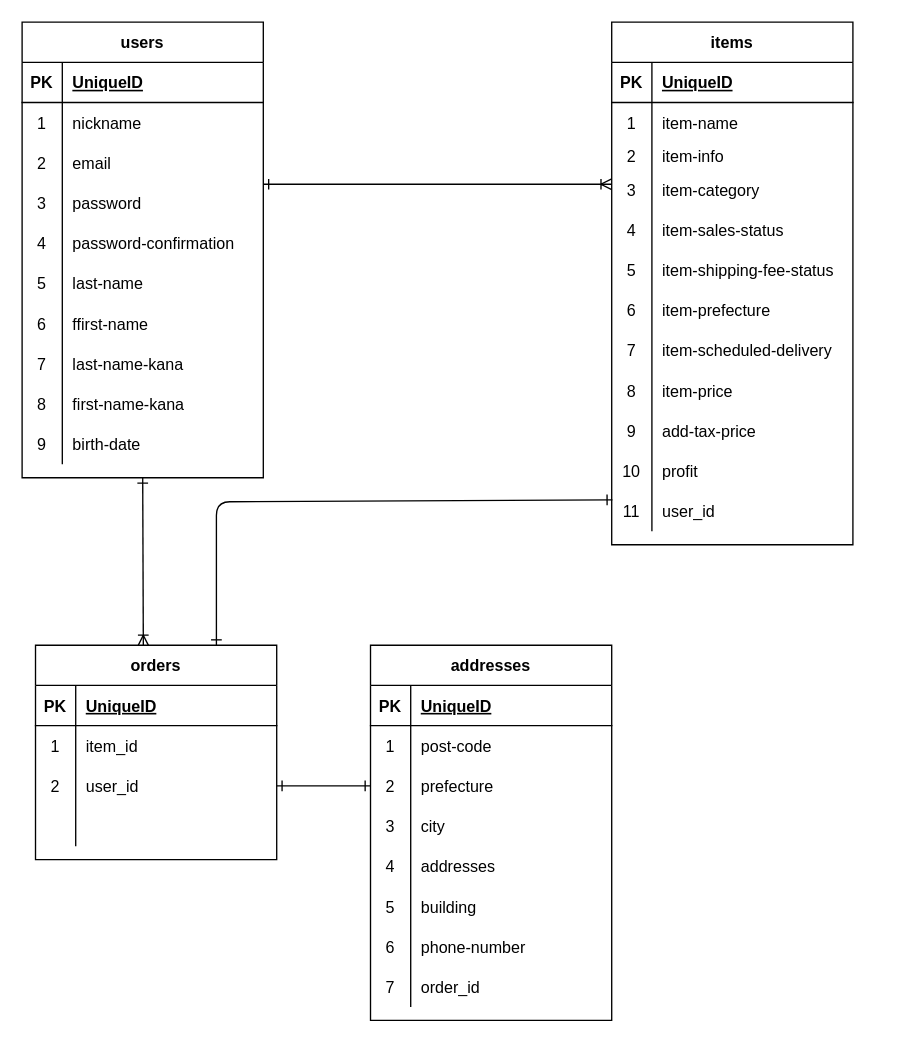
john-tarou/furima-37848 keeps this draw.io diagram as furima.dio. Above is the earlier version. Source tidied: cells renumbered, new cells numbered last; positions are measured from the earlier drawing's top-left corner, leaving out a move shared by most shapes. Both pictures are drawn from the tidied source at 134%, with x=0, y=0 at pixel (21, 21).
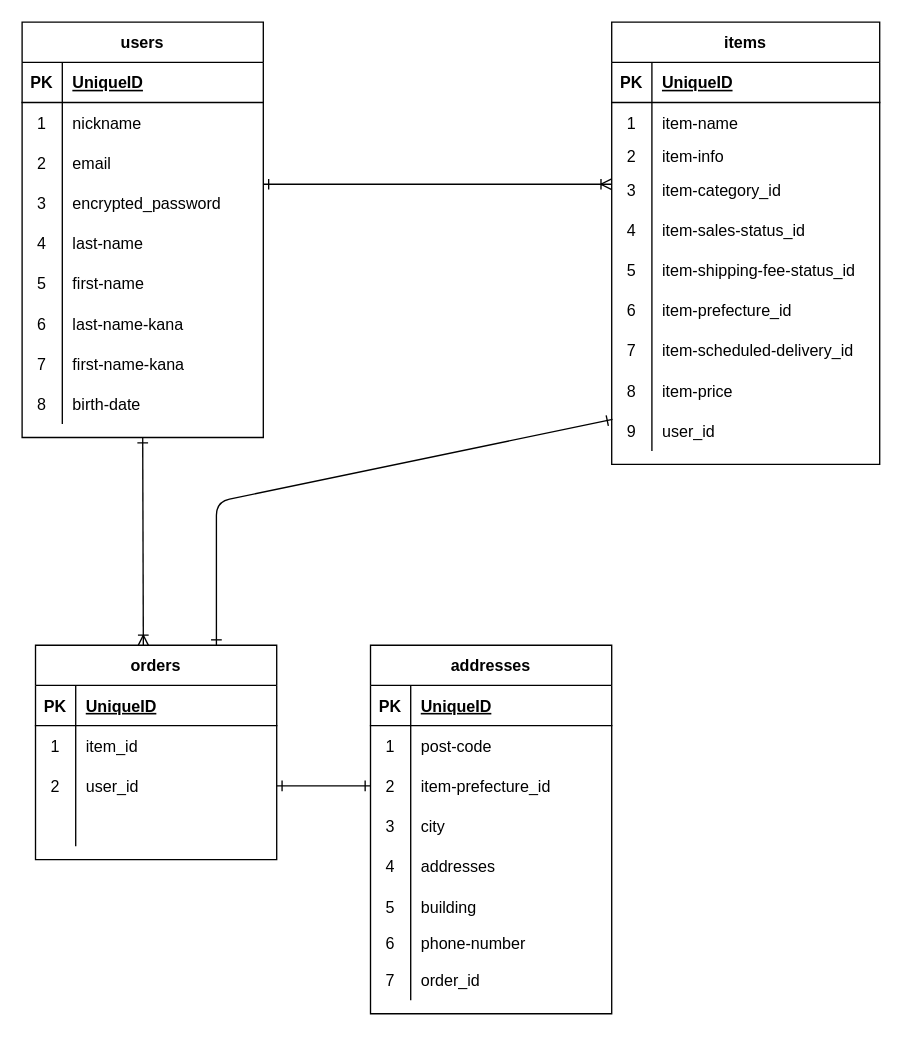
The same diagram, later.

Commit message (it also covers changes not shown here):
データベース設計修正

The change refers to these unchanged cells:
```xml
<mxCell id="13" style="shape=partialRectangle;fillColor=none;top=0;left=0;bottom=0;right=0;" parent="3" vertex="1">
  <mxGeometry y="120" width="180" height="30" as="geometry" />
</mxCell>
<mxCell id="16" style="shape=partialRectangle;fillColor=none;top=0;left=0;bottom=0;right=0;" parent="3" vertex="1">
  <mxGeometry y="150" width="180" height="30" as="geometry" />
</mxCell>
<mxCell id="19" style="shape=partialRectangle;fillColor=none;top=0;left=0;bottom=0;right=0;" parent="3" vertex="1">
  <mxGeometry y="180" width="180" height="30" as="geometry" />
</mxCell>
<mxCell id="22" style="shape=partialRectangle;fillColor=none;top=0;left=0;bottom=0;right=0;" parent="3" vertex="1">
  <mxGeometry y="210" width="180" height="30" as="geometry" />
</mxCell>
<mxCell id="25" style="shape=partialRectangle;fillColor=none;top=0;left=0;bottom=0;right=0;" parent="3" vertex="1">
  <mxGeometry y="240" width="180" height="30" as="geometry" />
</mxCell>
<mxCell id="28" style="shape=partialRectangle;fillColor=none;top=0;left=0;bottom=0;right=0;" parent="3" vertex="1">
  <mxGeometry y="270" width="180" height="30" as="geometry" />
</mxCell>
<mxCell id="93" style="shape=partialRectangle;fillColor=none;top=0;left=0;bottom=0;right=0;points=[[0,0.5],[1,0.5]];portConstraint=eastwest;" parent="86" vertex="1">
  <mxGeometry y="90" width="180" height="30" as="geometry" />
</mxCell>
```

The edit, as a diff of the source:
```diff
@@
     <mxCell id="3" value="users" style="shape=table;startSize=30;childLayout=tableLayout;rowLines=0;fontStyle=1;align=center;" parent="1" vertex="1">
-      <mxGeometry width="180" height="340" as="geometry" />
+      <mxGeometry width="180" height="310" as="geometry" />
     </mxCell>
@@
-    <mxCell id="15" value="password" style="shape=partialRectangle;fillColor=none;top=0;left=0;bottom=0;right=0;align=left;spacingLeft=6;overflow=hidden;" parent="13" vertex="1">
+    <mxCell id="15" value="encrypted_password " style="shape=partialRectangle;fillColor=none;top=0;left=0;bottom=0;right=0;align=left;spacingLeft=6;overflow=hidden;" parent="13" vertex="1">
       <mxGeometry x="30" width="150" height="30" as="geometry" />
     </mxCell>
@@
-    <mxCell id="18" value="password-confirmation" style="shape=partialRectangle;fillColor=none;top=0;left=0;bottom=0;right=0;align=left;spacingLeft=6;overflow=hidden;" parent="16" vertex="1">
+    <mxCell id="18" value="last-name" style="shape=partialRectangle;fillColor=none;top=0;left=0;bottom=0;right=0;align=left;spacingLeft=6;overflow=hidden;" parent="16" vertex="1">
       <mxGeometry x="30" width="150" height="30" as="geometry" />
     </mxCell>
@@
-    <mxCell id="21" value="last-name" style="shape=partialRectangle;fillColor=none;top=0;left=0;bottom=0;right=0;align=left;spacingLeft=6;overflow=hidden;" parent="19" vertex="1">
+    <mxCell id="21" value="first-name" style="shape=partialRectangle;fillColor=none;top=0;left=0;bottom=0;right=0;align=left;spacingLeft=6;overflow=hidden;" parent="19" vertex="1">
       <mxGeometry x="30" width="150" height="30" as="geometry" />
     </mxCell>
@@
-    <mxCell id="24" value="ffirst-name" style="shape=partialRectangle;fillColor=none;top=0;left=0;bottom=0;right=0;align=left;spacingLeft=6;overflow=hidden;" parent="22" vertex="1">
+    <mxCell id="24" value="last-name-kana" style="shape=partialRectangle;fillColor=none;top=0;left=0;bottom=0;right=0;align=left;spacingLeft=6;overflow=hidden;" parent="22" vertex="1">
       <mxGeometry x="30" width="150" height="30" as="geometry" />
     </mxCell>
@@
-    <mxCell id="27" value="last-name-kana" style="shape=partialRectangle;fillColor=none;top=0;left=0;bottom=0;right=0;align=left;spacingLeft=6;overflow=hidden;" parent="25" vertex="1">
+    <mxCell id="27" value="first-name-kana" style="shape=partialRectangle;fillColor=none;top=0;left=0;bottom=0;right=0;align=left;spacingLeft=6;overflow=hidden;" parent="25" vertex="1">
       <mxGeometry x="30" width="150" height="30" as="geometry" />
     </mxCell>
@@
-    <mxCell id="30" value="first-name-kana" style="shape=partialRectangle;fillColor=none;top=0;left=0;bottom=0;right=0;align=left;spacingLeft=6;overflow=hidden;" parent="28" vertex="1">
+    <mxCell id="30" value="birth-date" style="shape=partialRectangle;fillColor=none;top=0;left=0;bottom=0;right=0;align=left;spacingLeft=6;overflow=hidden;" parent="28" vertex="1">
       <mxGeometry x="30" width="150" height="30" as="geometry" />
     </mxCell>
-    <mxCell id="31" style="shape=partialRectangle;fillColor=none;top=0;left=0;bottom=0;right=0;" parent="3" vertex="1">
-      <mxGeometry y="300" width="180" height="30" as="geometry" />
-    </mxCell>
-    <mxCell id="32" value="9" style="shape=partialRectangle;fillColor=none;top=0;left=0;bottom=0;right=0;overflow=hidden;" parent="31" vertex="1">
-      <mxGeometry width="30" height="30" as="geometry" />
-    </mxCell>
-    <mxCell id="33" value="birth-date" style="shape=partialRectangle;fillColor=none;top=0;left=0;bottom=0;right=0;align=left;spacingLeft=6;overflow=hidden;" parent="31" vertex="1">
-      <mxGeometry x="30" width="150" height="30" as="geometry" />
-    </mxCell>
     <mxCell id="34" value="items" style="shape=table;startSize=30;childLayout=tableLayout;rowLines=0;fontStyle=1;align=center;" parent="1" vertex="1">
-      <mxGeometry x="440" width="180" height="390" as="geometry" />
+      <mxGeometry x="440" width="200" height="330" as="geometry" />
     </mxCell>
     <mxCell id="35" style="shape=partialRectangle;fillColor=none;top=0;left=0;bottom=1;right=0;" parent="34" vertex="1">
-      <mxGeometry y="30" width="180" height="30" as="geometry" />
+      <mxGeometry y="30" width="200" height="30" as="geometry" />
     </mxCell>
@@
     <mxCell id="37" value="UniqueID" style="shape=partialRectangle;fillColor=none;top=0;left=0;bottom=0;right=0;align=left;spacingLeft=6;fontStyle=5;overflow=hidden;" parent="35" vertex="1">
-      <mxGeometry x="30" width="150" height="30" as="geometry" />
+      <mxGeometry x="30" width="170" height="30" as="geometry" />
     </mxCell>
     <mxCell id="38" style="shape=partialRectangle;fillColor=none;top=0;left=0;bottom=0;right=0;" parent="34" vertex="1">
-      <mxGeometry y="60" width="180" height="30" as="geometry" />
+      <mxGeometry y="60" width="200" height="30" as="geometry" />
     </mxCell>
@@
     <mxCell id="40" value="item-name" style="shape=partialRectangle;fillColor=none;top=0;left=0;bottom=0;right=0;align=left;spacingLeft=6;overflow=hidden;" parent="38" vertex="1">
-      <mxGeometry x="30" width="150" height="30" as="geometry" />
+      <mxGeometry x="30" width="170" height="30" as="geometry" />
     </mxCell>
     <mxCell id="41" style="shape=partialRectangle;fillColor=none;top=0;left=0;bottom=0;right=0;" parent="34" vertex="1">
-      <mxGeometry y="90" width="180" height="20" as="geometry" />
+      <mxGeometry y="90" width="200" height="20" as="geometry" />
     </mxCell>
@@
     <mxCell id="43" value="item-info" style="shape=partialRectangle;fillColor=none;top=0;left=0;bottom=0;right=0;align=left;spacingLeft=6;overflow=hidden;" parent="41" vertex="1">
-      <mxGeometry x="30" width="150" height="20" as="geometry" />
+      <mxGeometry x="30" width="170" height="20" as="geometry" />
     </mxCell>
     <mxCell id="44" style="shape=partialRectangle;fillColor=none;top=0;left=0;bottom=0;right=0;" parent="34" vertex="1">
-      <mxGeometry y="110" width="180" height="30" as="geometry" />
+      <mxGeometry y="110" width="200" height="30" as="geometry" />
     </mxCell>
@@
-    <mxCell id="46" value="item-category" style="shape=partialRectangle;fillColor=none;top=0;left=0;bottom=0;right=0;align=left;spacingLeft=6;overflow=hidden;" parent="44" vertex="1">
-      <mxGeometry x="30" width="150" height="30" as="geometry" />
+    <mxCell id="46" value="item-category_id" style="shape=partialRectangle;fillColor=none;top=0;left=0;bottom=0;right=0;align=left;spacingLeft=6;overflow=hidden;" parent="44" vertex="1">
+      <mxGeometry x="30" width="170" height="30" as="geometry" />
     </mxCell>
     <mxCell id="47" style="shape=partialRectangle;fillColor=none;top=0;left=0;bottom=0;right=0;" parent="34" vertex="1">
-      <mxGeometry y="140" width="180" height="30" as="geometry" />
+      <mxGeometry y="140" width="200" height="30" as="geometry" />
     </mxCell>
@@
-    <mxCell id="49" value="item-sales-status" style="shape=partialRectangle;fillColor=none;top=0;left=0;bottom=0;right=0;align=left;spacingLeft=6;overflow=hidden;" parent="47" vertex="1">
-      <mxGeometry x="30" width="150" height="30" as="geometry" />
+    <mxCell id="49" value="item-sales-status_id" style="shape=partialRectangle;fillColor=none;top=0;left=0;bottom=0;right=0;align=left;spacingLeft=6;overflow=hidden;" parent="47" vertex="1">
+      <mxGeometry x="30" width="170" height="30" as="geometry" />
     </mxCell>
     <mxCell id="50" style="shape=partialRectangle;fillColor=none;top=0;left=0;bottom=0;right=0;" parent="34" vertex="1">
-      <mxGeometry y="170" width="180" height="30" as="geometry" />
+      <mxGeometry y="170" width="200" height="30" as="geometry" />
     </mxCell>
@@
-    <mxCell id="52" value="item-shipping-fee-status" style="shape=partialRectangle;fillColor=none;top=0;left=0;bottom=0;right=0;align=left;spacingLeft=6;overflow=hidden;" parent="50" vertex="1">
-      <mxGeometry x="30" width="150" height="30" as="geometry" />
+    <mxCell id="52" value="item-shipping-fee-status_id" style="shape=partialRectangle;fillColor=none;top=0;left=0;bottom=0;right=0;align=left;spacingLeft=6;overflow=hidden;" parent="50" vertex="1">
+      <mxGeometry x="30" width="170" height="30" as="geometry" />
     </mxCell>
     <mxCell id="53" style="shape=partialRectangle;fillColor=none;top=0;left=0;bottom=0;right=0;" parent="34" vertex="1">
-      <mxGeometry y="200" width="180" height="30" as="geometry" />
+      <mxGeometry y="200" width="200" height="30" as="geometry" />
     </mxCell>
@@
-    <mxCell id="55" value="item-prefecture" style="shape=partialRectangle;fillColor=none;top=0;left=0;bottom=0;right=0;align=left;spacingLeft=6;overflow=hidden;" parent="53" vertex="1">
-      <mxGeometry x="30" width="150" height="30" as="geometry" />
+    <mxCell id="55" value="item-prefecture_id" style="shape=partialRectangle;fillColor=none;top=0;left=0;bottom=0;right=0;align=left;spacingLeft=6;overflow=hidden;" parent="53" vertex="1">
+      <mxGeometry x="30" width="170" height="30" as="geometry" />
     </mxCell>
     <mxCell id="56" style="shape=partialRectangle;fillColor=none;top=0;left=0;bottom=0;right=0;" parent="34" vertex="1">
-      <mxGeometry y="230" width="180" height="30" as="geometry" />
+      <mxGeometry y="230" width="200" height="30" as="geometry" />
     </mxCell>
@@
-    <mxCell id="58" value="item-scheduled-delivery" style="shape=partialRectangle;fillColor=none;top=0;left=0;bottom=0;right=0;align=left;spacingLeft=6;overflow=hidden;" parent="56" vertex="1">
-      <mxGeometry x="30" width="150" height="30" as="geometry" />
+    <mxCell id="58" value="item-scheduled-delivery_id" style="shape=partialRectangle;fillColor=none;top=0;left=0;bottom=0;right=0;align=left;spacingLeft=6;overflow=hidden;" parent="56" vertex="1">
+      <mxGeometry x="30" width="170" height="30" as="geometry" />
     </mxCell>
     <mxCell id="59" style="shape=partialRectangle;fillColor=none;top=0;left=0;bottom=0;right=0;" parent="34" vertex="1">
-      <mxGeometry y="260" width="180" height="30" as="geometry" />
+      <mxGeometry y="260" width="200" height="30" as="geometry" />
     </mxCell>
@@
     <mxCell id="61" value="item-price" style="shape=partialRectangle;fillColor=none;top=0;left=0;bottom=0;right=0;align=left;spacingLeft=6;overflow=hidden;" parent="59" vertex="1">
-      <mxGeometry x="30" width="150" height="30" as="geometry" />
+      <mxGeometry x="30" width="170" height="30" as="geometry" />
     </mxCell>
-    <mxCell id="62" style="shape=partialRectangle;fillColor=none;top=0;left=0;bottom=0;right=0;" parent="34" vertex="1">
-      <mxGeometry y="290" width="180" height="30" as="geometry" />
-    </mxCell>
-    <mxCell id="63" value="9" style="shape=partialRectangle;fillColor=none;top=0;left=0;bottom=0;right=0;overflow=hidden;" parent="62" vertex="1">
-      <mxGeometry width="30" height="30" as="geometry" />
-    </mxCell>
-    <mxCell id="64" value="add-tax-price" style="shape=partialRectangle;fillColor=none;top=0;left=0;bottom=0;right=0;align=left;spacingLeft=6;overflow=hidden;" parent="62" vertex="1">
-      <mxGeometry x="30" width="150" height="30" as="geometry" />
-    </mxCell>
-    <mxCell id="65" style="shape=partialRectangle;fillColor=none;top=0;left=0;bottom=0;right=0;" parent="34" vertex="1">
-      <mxGeometry y="320" width="180" height="30" as="geometry" />
-    </mxCell>
-    <mxCell id="66" value="10" style="shape=partialRectangle;fillColor=none;top=0;left=0;bottom=0;right=0;overflow=hidden;" parent="65" vertex="1">
-      <mxGeometry width="30" height="30" as="geometry" />
-    </mxCell>
-    <mxCell id="67" value="profit" style="shape=partialRectangle;fillColor=none;top=0;left=0;bottom=0;right=0;align=left;spacingLeft=6;overflow=hidden;" parent="65" vertex="1">
-      <mxGeometry x="30" width="150" height="30" as="geometry" />
-    </mxCell>
     <mxCell id="68" style="shape=partialRectangle;fillColor=none;top=0;left=0;bottom=0;right=0;points=[[0,0.5],[1,0.5]];portConstraint=eastwest;" parent="34" vertex="1">
-      <mxGeometry y="350" width="180" height="30" as="geometry" />
+      <mxGeometry y="290" width="200" height="30" as="geometry" />
     </mxCell>
-    <mxCell id="69" value="11" style="shape=partialRectangle;fillColor=none;top=0;left=0;bottom=0;right=0;overflow=hidden;" parent="68" vertex="1">
+    <mxCell id="69" value="9" style="shape=partialRectangle;fillColor=none;top=0;left=0;bottom=0;right=0;overflow=hidden;" parent="68" vertex="1">
       <mxGeometry width="30" height="30" as="geometry" />
     </mxCell>
     <mxCell id="70" value="user_id" style="shape=partialRectangle;fillColor=none;top=0;left=0;bottom=0;right=0;align=left;spacingLeft=6;overflow=hidden;" parent="68" vertex="1">
-      <mxGeometry x="30" width="150" height="30" as="geometry" />
+      <mxGeometry x="30" width="170" height="30" as="geometry" />
     </mxCell>
@@
     <mxCell id="86" value="addresses" style="shape=table;startSize=30;childLayout=tableLayout;rowLines=0;fontStyle=1;align=center;" parent="1" vertex="1">
-      <mxGeometry x="260" y="465" width="180" height="280" as="geometry" />
+      <mxGeometry x="260" y="465" width="180" height="275" as="geometry" />
     </mxCell>
@@
-    <mxCell id="95" value="prefecture" style="shape=partialRectangle;fillColor=none;top=0;left=0;bottom=0;right=0;align=left;spacingLeft=6;overflow=hidden;" parent="93" vertex="1">
+    <mxCell id="95" value="item-prefecture_id" style="shape=partialRectangle;fillColor=none;top=0;left=0;bottom=0;right=0;align=left;spacingLeft=6;overflow=hidden;" parent="93" vertex="1">
       <mxGeometry x="30" width="150" height="30" as="geometry" />
     </mxCell>
@@
     <mxCell id="105" style="shape=partialRectangle;fillColor=none;top=0;left=0;bottom=0;right=0;" parent="86" vertex="1">
-      <mxGeometry y="210" width="180" height="30" as="geometry" />
+      <mxGeometry y="210" width="180" height="25" as="geometry" />
     </mxCell>
     <mxCell id="106" value="6" style="shape=partialRectangle;fillColor=none;top=0;left=0;bottom=0;right=0;overflow=hidden;" parent="105" vertex="1">
-      <mxGeometry width="30" height="30" as="geometry" />
+      <mxGeometry width="30" height="25" as="geometry" />
     </mxCell>
     <mxCell id="107" value="phone-number" style="shape=partialRectangle;fillColor=none;top=0;left=0;bottom=0;right=0;align=left;spacingLeft=6;overflow=hidden;" parent="105" vertex="1">
-      <mxGeometry x="30" width="150" height="30" as="geometry" />
+      <mxGeometry x="30" width="150" height="25" as="geometry" />
     </mxCell>
     <mxCell id="108" style="shape=partialRectangle;fillColor=none;top=0;left=0;bottom=0;right=0;" parent="86" vertex="1">
-      <mxGeometry y="240" width="180" height="30" as="geometry" />
+      <mxGeometry y="235" width="180" height="30" as="geometry" />
     </mxCell>
```
